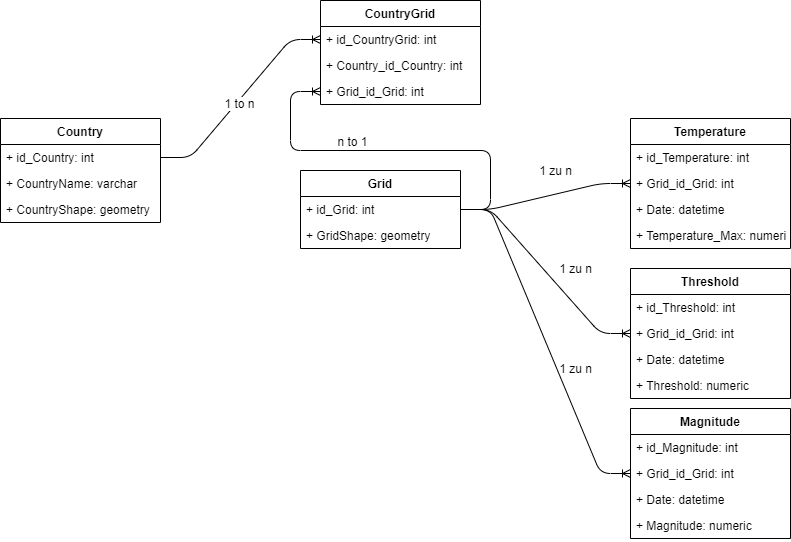
The draw.io diagram SQL/UML.png in tmandelz/KlimaChallengeFS22, before a commit. Source tidied: cells renumbered, new cells last; positions are measured from the earlier drawing's top-left corner, leaving out a move shared by most shapes. The source it was exported from:
```xml
<mxGraphModel>
  <root>
    <mxCell id="0" />
    <mxCell id="1" parent="0" />
    <mxCell id="2" value="Country" style="swimlane;fontStyle=1;align=center;verticalAlign=top;horizontal=1;startSize=26;" parent="1" vertex="1">
      <mxGeometry y="118" width="160" height="104" as="geometry" />
    </mxCell>
    <mxCell id="3" value="+ id_Country: int" style="text;strokeColor=none;fillColor=none;align=left;verticalAlign=top;spacingLeft=4;spacingRight=4;overflow=hidden;points=[[0,0.5],[1,0.5]];portConstraint=eastwest;" parent="2" vertex="1">
      <mxGeometry y="26" width="160" height="26" as="geometry" />
    </mxCell>
    <mxCell id="4" value="+ CountryName: varchar" style="text;strokeColor=none;fillColor=none;align=left;verticalAlign=top;spacingLeft=4;spacingRight=4;overflow=hidden;" parent="2" vertex="1">
      <mxGeometry y="52" width="160" height="26" as="geometry" />
    </mxCell>
    <mxCell id="5" value="+ CountryShape: geometry" style="text;strokeColor=none;fillColor=none;align=left;verticalAlign=top;spacingLeft=4;spacingRight=4;overflow=hidden;" parent="2" vertex="1">
      <mxGeometry y="78" width="160" height="26" as="geometry" />
    </mxCell>
    <mxCell id="6" value="Grid" style="swimlane;fontStyle=1;align=center;verticalAlign=top;horizontal=1;startSize=26;" parent="1" vertex="1">
      <mxGeometry x="300" y="170" width="160" height="78" as="geometry" />
    </mxCell>
    <mxCell id="7" value="+ id_Grid: int" style="text;strokeColor=none;fillColor=none;align=left;verticalAlign=top;spacingLeft=4;spacingRight=4;overflow=hidden;points=[[0,0.5],[1,0.5]];portConstraint=eastwest;" parent="6" vertex="1">
      <mxGeometry y="26" width="160" height="26" as="geometry" />
    </mxCell>
    <mxCell id="8" value="+ GridShape: geometry" style="text;strokeColor=none;fillColor=none;align=left;verticalAlign=top;spacingLeft=4;spacingRight=4;overflow=hidden;" parent="6" vertex="1">
      <mxGeometry y="52" width="160" height="26" as="geometry" />
    </mxCell>
    <mxCell id="9" value="Temperature" style="swimlane;fontStyle=1;align=center;verticalAlign=top;horizontal=1;startSize=26;" parent="1" vertex="1">
      <mxGeometry x="630" y="118" width="160" height="130" as="geometry" />
    </mxCell>
    <mxCell id="10" value="+ id_Temperature: int" style="text;strokeColor=none;fillColor=none;align=left;verticalAlign=top;spacingLeft=4;spacingRight=4;overflow=hidden;" parent="9" vertex="1">
      <mxGeometry y="26" width="160" height="26" as="geometry" />
    </mxCell>
    <mxCell id="11" value="+ Grid_id_Grid: int" style="text;strokeColor=none;fillColor=none;align=left;verticalAlign=top;spacingLeft=4;spacingRight=4;overflow=hidden;points=[[0,0.5],[1,0.5]];portConstraint=eastwest;" parent="9" vertex="1">
      <mxGeometry y="52" width="160" height="26" as="geometry" />
    </mxCell>
    <mxCell id="12" value="+ Date: datetime" style="text;strokeColor=none;fillColor=none;align=left;verticalAlign=top;spacingLeft=4;spacingRight=4;overflow=hidden;" parent="9" vertex="1">
      <mxGeometry y="78" width="160" height="26" as="geometry" />
    </mxCell>
    <mxCell id="13" value="+ Temperature_Max: numeric" style="text;strokeColor=none;fillColor=none;align=left;verticalAlign=top;spacingLeft=4;spacingRight=4;overflow=hidden;" parent="9" vertex="1">
      <mxGeometry y="104" width="160" height="26" as="geometry" />
    </mxCell>
    <mxCell id="14" value="Threshold" style="swimlane;fontStyle=1;align=center;verticalAlign=top;horizontal=1;startSize=26;" parent="1" vertex="1">
      <mxGeometry x="630" y="268" width="160" height="130" as="geometry" />
    </mxCell>
    <mxCell id="15" value="+ id_Threshold: int" style="text;strokeColor=none;fillColor=none;align=left;verticalAlign=top;spacingLeft=4;spacingRight=4;overflow=hidden;" parent="14" vertex="1">
      <mxGeometry y="26" width="160" height="26" as="geometry" />
    </mxCell>
    <mxCell id="16" value="+ Grid_id_Grid: int" style="text;strokeColor=none;fillColor=none;align=left;verticalAlign=top;spacingLeft=4;spacingRight=4;overflow=hidden;points=[[0,0.5],[1,0.5]];portConstraint=eastwest;" parent="14" vertex="1">
      <mxGeometry y="52" width="160" height="26" as="geometry" />
    </mxCell>
    <mxCell id="17" value="+ Date: datetime" style="text;strokeColor=none;fillColor=none;align=left;verticalAlign=top;spacingLeft=4;spacingRight=4;overflow=hidden;" parent="14" vertex="1">
      <mxGeometry y="78" width="160" height="26" as="geometry" />
    </mxCell>
    <mxCell id="18" value="+ Threshold: numeric" style="text;strokeColor=none;fillColor=none;align=left;verticalAlign=top;spacingLeft=4;spacingRight=4;overflow=hidden;" parent="14" vertex="1">
      <mxGeometry y="104" width="160" height="26" as="geometry" />
    </mxCell>
    <mxCell id="19" value="CountryGrid" style="swimlane;fontStyle=1;align=center;verticalAlign=top;horizontal=1;startSize=26;" parent="1" vertex="1">
      <mxGeometry x="320" width="160" height="104" as="geometry" />
    </mxCell>
    <mxCell id="20" value="+ id_CountryGrid: int" style="text;strokeColor=none;fillColor=none;align=left;verticalAlign=top;spacingLeft=4;spacingRight=4;overflow=hidden;points=[[0,0.5],[1,0.5]];portConstraint=eastwest;" parent="19" vertex="1">
      <mxGeometry y="26" width="160" height="26" as="geometry" />
    </mxCell>
    <mxCell id="21" value="+ Country_id_Country: int" style="text;strokeColor=none;fillColor=none;align=left;verticalAlign=top;spacingLeft=4;spacingRight=4;overflow=hidden;" parent="19" vertex="1">
      <mxGeometry y="52" width="160" height="26" as="geometry" />
    </mxCell>
    <mxCell id="22" value="+ Grid_id_Grid: int" style="text;strokeColor=none;fillColor=none;align=left;verticalAlign=top;spacingLeft=4;spacingRight=4;overflow=hidden;points=[[0,0.5],[1,0.5]];portConstraint=eastwest;" parent="19" vertex="1">
      <mxGeometry y="78" width="160" height="26" as="geometry" />
    </mxCell>
    <mxCell id="23" style="edgeStyle=entityRelationEdgeStyle;fontSize=12;html=1;endArrow=ERoneToMany;exitX=1;exitY=0.5;exitDx=0;exitDy=0;entryX=0;entryY=0.5;entryDx=0;entryDy=0;" parent="1" edge="1" source="3" target="20">
      <mxGeometry relative="1" as="geometry" />
    </mxCell>
    <mxCell id="24" value="1 to n" style="text;html=1;align=center;verticalAlign=middle;labelBackgroundColor=#ffffff;" parent="23" vertex="1">
      <mxGeometry x="-0.04" y="-2" relative="1" as="geometry" />
    </mxCell>
    <mxCell id="25" style="edgeStyle=entityRelationEdgeStyle;fontSize=12;html=1;endArrow=ERoneToMany;entryX=0;entryY=0.5;entryDx=0;entryDy=0;exitX=1;exitY=0.5;exitDx=0;exitDy=0;" parent="1" edge="1" source="7" target="22">
      <mxGeometry relative="1" as="geometry" />
    </mxCell>
    <mxCell id="26" value="n to 1" style="text;html=1;align=center;verticalAlign=middle;" parent="1" vertex="1">
      <mxGeometry x="327" y="131" width="50" height="20" as="geometry" />
    </mxCell>
    <mxCell id="27" value="Magnitude" style="swimlane;fontStyle=1;align=center;verticalAlign=top;horizontal=1;startSize=26;" parent="1" vertex="1">
      <mxGeometry x="630" y="408" width="160" height="130" as="geometry" />
    </mxCell>
    <mxCell id="28" value="+ id_Magnitude: int" style="text;strokeColor=none;fillColor=none;align=left;verticalAlign=top;spacingLeft=4;spacingRight=4;overflow=hidden;" parent="27" vertex="1">
      <mxGeometry y="26" width="160" height="26" as="geometry" />
    </mxCell>
    <mxCell id="29" value="+ Grid_id_Grid: int" style="text;strokeColor=none;fillColor=none;align=left;verticalAlign=top;spacingLeft=4;spacingRight=4;overflow=hidden;points=[[0,0.5],[1,0.5]];portConstraint=eastwest;" parent="27" vertex="1">
      <mxGeometry y="52" width="160" height="26" as="geometry" />
    </mxCell>
    <mxCell id="30" value="+ Date: datetime" style="text;strokeColor=none;fillColor=none;align=left;verticalAlign=top;spacingLeft=4;spacingRight=4;overflow=hidden;" parent="27" vertex="1">
      <mxGeometry y="78" width="160" height="26" as="geometry" />
    </mxCell>
    <mxCell id="31" value="+ Magnitude: numeric" style="text;strokeColor=none;fillColor=none;align=left;verticalAlign=top;spacingLeft=4;spacingRight=4;overflow=hidden;" parent="27" vertex="1">
      <mxGeometry y="104" width="160" height="26" as="geometry" />
    </mxCell>
    <mxCell id="32" value="1 zu n" style="text;html=1;align=center;verticalAlign=middle;" parent="1" vertex="1">
      <mxGeometry x="530" y="160" width="50" height="20" as="geometry" />
    </mxCell>
    <mxCell id="33" style="edgeStyle=entityRelationEdgeStyle;fontSize=12;html=1;endArrow=ERoneToMany;entryX=0;entryY=0.5;entryDx=0;entryDy=0;exitX=1;exitY=0.5;exitDx=0;exitDy=0;" parent="1" edge="1" source="7" target="11">
      <mxGeometry relative="1" as="geometry" />
    </mxCell>
    <mxCell id="34" style="edgeStyle=entityRelationEdgeStyle;fontSize=12;html=1;endArrow=ERoneToMany;entryX=0;entryY=0.5;entryDx=0;entryDy=0;exitX=1;exitY=0.5;exitDx=0;exitDy=0;" parent="1" edge="1" source="7" target="16">
      <mxGeometry relative="1" as="geometry" />
    </mxCell>
    <mxCell id="35" style="edgeStyle=entityRelationEdgeStyle;fontSize=12;html=1;endArrow=ERoneToMany;entryX=0;entryY=0.5;entryDx=0;entryDy=0;exitX=1;exitY=0.5;exitDx=0;exitDy=0;" parent="1" edge="1" source="7" target="29">
      <mxGeometry relative="1" as="geometry" />
    </mxCell>
    <mxCell id="36" value="1 zu n" style="text;html=1;align=center;verticalAlign=middle;" parent="1" vertex="1">
      <mxGeometry x="550" y="258" width="50" height="20" as="geometry" />
    </mxCell>
    <mxCell id="37" value="1 zu n" style="text;html=1;align=center;verticalAlign=middle;" parent="1" vertex="1">
      <mxGeometry x="550" y="358" width="50" height="20" as="geometry" />
    </mxCell>
  </root>
</mxGraphModel>
```
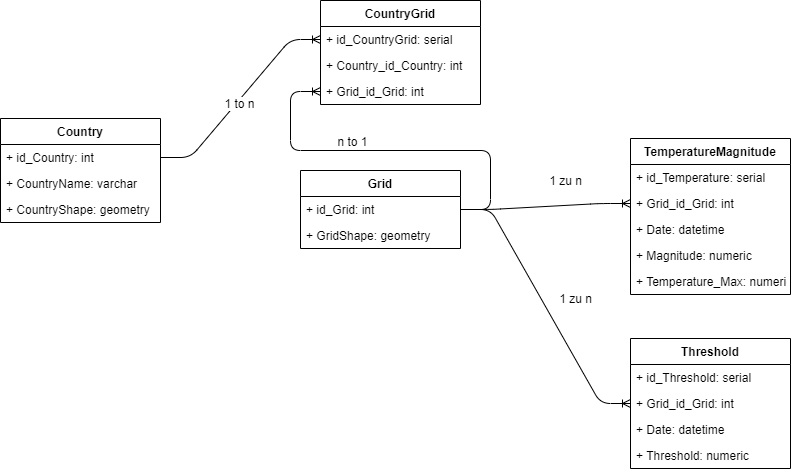
After the commit.

The edit, as a diff of the source:
```diff
@@ -23,10 +23,10 @@
     <mxCell id="8" value="+ GridShape: geometry" style="text;strokeColor=none;fillColor=none;align=left;verticalAlign=top;spacingLeft=4;spacingRight=4;overflow=hidden;" parent="6" vertex="1">
       <mxGeometry y="52" width="160" height="26" as="geometry" />
     </mxCell>
-    <mxCell id="9" value="Temperature" style="swimlane;fontStyle=1;align=center;verticalAlign=top;horizontal=1;startSize=26;" parent="1" vertex="1">
-      <mxGeometry x="630" y="118" width="160" height="130" as="geometry" />
+    <mxCell id="9" value="TemperatureMagnitude" style="swimlane;fontStyle=1;align=center;verticalAlign=top;horizontal=1;startSize=26;" parent="1" vertex="1">
+      <mxGeometry x="630" y="138" width="160" height="156" as="geometry" />
     </mxCell>
-    <mxCell id="10" value="+ id_Temperature: int" style="text;strokeColor=none;fillColor=none;align=left;verticalAlign=top;spacingLeft=4;spacingRight=4;overflow=hidden;" parent="9" vertex="1">
+    <mxCell id="10" value="+ id_Temperature: serial" style="text;strokeColor=none;fillColor=none;align=left;verticalAlign=top;spacingLeft=4;spacingRight=4;overflow=hidden;" parent="9" vertex="1">
       <mxGeometry y="26" width="160" height="26" as="geometry" />
     </mxCell>
     <mxCell id="11" value="+ Grid_id_Grid: int" style="text;strokeColor=none;fillColor=none;align=left;verticalAlign=top;spacingLeft=4;spacingRight=4;overflow=hidden;points=[[0,0.5],[1,0.5]];portConstraint=eastwest;" parent="9" vertex="1">
@@ -35,13 +35,16 @@
     <mxCell id="12" value="+ Date: datetime" style="text;strokeColor=none;fillColor=none;align=left;verticalAlign=top;spacingLeft=4;spacingRight=4;overflow=hidden;" parent="9" vertex="1">
       <mxGeometry y="78" width="160" height="26" as="geometry" />
     </mxCell>
+    <mxCell id="31" value="+ Magnitude: numeric" style="text;strokeColor=none;fillColor=none;align=left;verticalAlign=top;spacingLeft=4;spacingRight=4;overflow=hidden;" parent="9" vertex="1">
+      <mxGeometry y="104" width="160" height="26" as="geometry" />
+    </mxCell>
     <mxCell id="13" value="+ Temperature_Max: numeric" style="text;strokeColor=none;fillColor=none;align=left;verticalAlign=top;spacingLeft=4;spacingRight=4;overflow=hidden;" parent="9" vertex="1">
-      <mxGeometry y="104" width="160" height="26" as="geometry" />
+      <mxGeometry y="130" width="160" height="26" as="geometry" />
     </mxCell>
     <mxCell id="14" value="Threshold" style="swimlane;fontStyle=1;align=center;verticalAlign=top;horizontal=1;startSize=26;" parent="1" vertex="1">
-      <mxGeometry x="630" y="268" width="160" height="130" as="geometry" />
+      <mxGeometry x="630" y="338" width="160" height="130" as="geometry" />
     </mxCell>
-    <mxCell id="15" value="+ id_Threshold: int" style="text;strokeColor=none;fillColor=none;align=left;verticalAlign=top;spacingLeft=4;spacingRight=4;overflow=hidden;" parent="14" vertex="1">
+    <mxCell id="15" value="+ id_Threshold: serial" style="text;strokeColor=none;fillColor=none;align=left;verticalAlign=top;spacingLeft=4;spacingRight=4;overflow=hidden;" parent="14" vertex="1">
       <mxGeometry y="26" width="160" height="26" as="geometry" />
     </mxCell>
     <mxCell id="16" value="+ Grid_id_Grid: int" style="text;strokeColor=none;fillColor=none;align=left;verticalAlign=top;spacingLeft=4;spacingRight=4;overflow=hidden;points=[[0,0.5],[1,0.5]];portConstraint=eastwest;" parent="14" vertex="1">
@@ -56,7 +59,7 @@
     <mxCell id="19" value="CountryGrid" style="swimlane;fontStyle=1;align=center;verticalAlign=top;horizontal=1;startSize=26;" parent="1" vertex="1">
       <mxGeometry x="320" width="160" height="104" as="geometry" />
     </mxCell>
-    <mxCell id="20" value="+ id_CountryGrid: int" style="text;strokeColor=none;fillColor=none;align=left;verticalAlign=top;spacingLeft=4;spacingRight=4;overflow=hidden;points=[[0,0.5],[1,0.5]];portConstraint=eastwest;" parent="19" vertex="1">
+    <mxCell id="20" value="+ id_CountryGrid: serial" style="text;strokeColor=none;fillColor=none;align=left;verticalAlign=top;spacingLeft=4;spacingRight=4;overflow=hidden;points=[[0,0.5],[1,0.5]];portConstraint=eastwest;" parent="19" vertex="1">
       <mxGeometry y="26" width="160" height="26" as="geometry" />
     </mxCell>
     <mxCell id="21" value="+ Country_id_Country: int" style="text;strokeColor=none;fillColor=none;align=left;verticalAlign=top;spacingLeft=4;spacingRight=4;overflow=hidden;" parent="19" vertex="1">
@@ -77,23 +80,8 @@
     <mxCell id="26" value="n to 1" style="text;html=1;align=center;verticalAlign=middle;" parent="1" vertex="1">
       <mxGeometry x="327" y="131" width="50" height="20" as="geometry" />
     </mxCell>
-    <mxCell id="27" value="Magnitude" style="swimlane;fontStyle=1;align=center;verticalAlign=top;horizontal=1;startSize=26;" parent="1" vertex="1">
-      <mxGeometry x="630" y="408" width="160" height="130" as="geometry" />
-    </mxCell>
-    <mxCell id="28" value="+ id_Magnitude: int" style="text;strokeColor=none;fillColor=none;align=left;verticalAlign=top;spacingLeft=4;spacingRight=4;overflow=hidden;" parent="27" vertex="1">
-      <mxGeometry y="26" width="160" height="26" as="geometry" />
-    </mxCell>
-    <mxCell id="29" value="+ Grid_id_Grid: int" style="text;strokeColor=none;fillColor=none;align=left;verticalAlign=top;spacingLeft=4;spacingRight=4;overflow=hidden;points=[[0,0.5],[1,0.5]];portConstraint=eastwest;" parent="27" vertex="1">
-      <mxGeometry y="52" width="160" height="26" as="geometry" />
-    </mxCell>
-    <mxCell id="30" value="+ Date: datetime" style="text;strokeColor=none;fillColor=none;align=left;verticalAlign=top;spacingLeft=4;spacingRight=4;overflow=hidden;" parent="27" vertex="1">
-      <mxGeometry y="78" width="160" height="26" as="geometry" />
-    </mxCell>
-    <mxCell id="31" value="+ Magnitude: numeric" style="text;strokeColor=none;fillColor=none;align=left;verticalAlign=top;spacingLeft=4;spacingRight=4;overflow=hidden;" parent="27" vertex="1">
-      <mxGeometry y="104" width="160" height="26" as="geometry" />
-    </mxCell>
     <mxCell id="32" value="1 zu n" style="text;html=1;align=center;verticalAlign=middle;" parent="1" vertex="1">
-      <mxGeometry x="530" y="160" width="50" height="20" as="geometry" />
+      <mxGeometry x="540" y="170" width="50" height="20" as="geometry" />
     </mxCell>
     <mxCell id="33" style="edgeStyle=entityRelationEdgeStyle;fontSize=12;html=1;endArrow=ERoneToMany;entryX=0;entryY=0.5;entryDx=0;entryDy=0;exitX=1;exitY=0.5;exitDx=0;exitDy=0;" parent="1" edge="1" source="7" target="11">
       <mxGeometry relative="1" as="geometry" />
@@ -101,14 +89,8 @@
     <mxCell id="34" style="edgeStyle=entityRelationEdgeStyle;fontSize=12;html=1;endArrow=ERoneToMany;entryX=0;entryY=0.5;entryDx=0;entryDy=0;exitX=1;exitY=0.5;exitDx=0;exitDy=0;" parent="1" edge="1" source="7" target="16">
       <mxGeometry relative="1" as="geometry" />
     </mxCell>
-    <mxCell id="35" style="edgeStyle=entityRelationEdgeStyle;fontSize=12;html=1;endArrow=ERoneToMany;entryX=0;entryY=0.5;entryDx=0;entryDy=0;exitX=1;exitY=0.5;exitDx=0;exitDy=0;" parent="1" edge="1" source="7" target="29">
-      <mxGeometry relative="1" as="geometry" />
-    </mxCell>
     <mxCell id="36" value="1 zu n" style="text;html=1;align=center;verticalAlign=middle;" parent="1" vertex="1">
-      <mxGeometry x="550" y="258" width="50" height="20" as="geometry" />
+      <mxGeometry x="550" y="288" width="50" height="20" as="geometry" />
     </mxCell>
-    <mxCell id="37" value="1 zu n" style="text;html=1;align=center;verticalAlign=middle;" parent="1" vertex="1">
-      <mxGeometry x="550" y="358" width="50" height="20" as="geometry" />
-    </mxCell>
   </root>
 </mxGraphModel>
```
